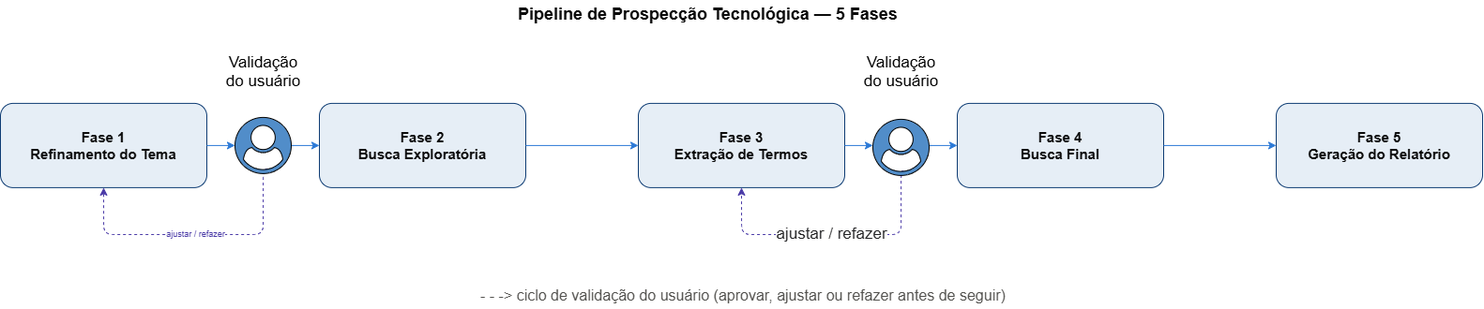
This is PFC/img/pipeline_cinco_fases.png from carlossiq/PFC, a draw.io export, as it was before one commit. Source tidied: cells renumbered, new cells last; positions are measured from the earlier drawing's top-left corner, leaving out a move shared by most shapes.
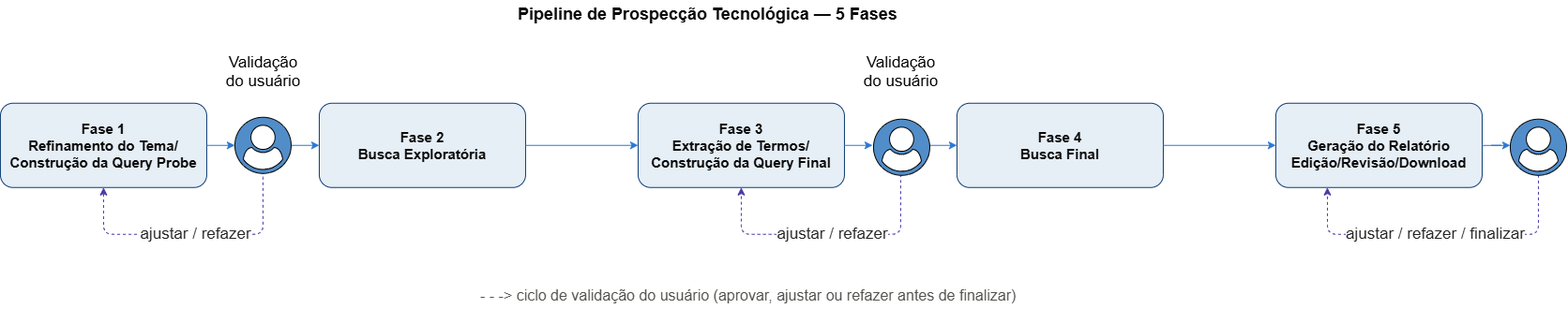
After the commit.

What changed in the source:
```diff
@@ -5,19 +5,19 @@
     <mxCell id="2" value="Pipeline de Prospecção Tecnológica — 5 Fases" style="text;html=1;fontSize=18;fontStyle=1;align=left;verticalAlign=middle;fontColor=#0b0b0b;" parent="1" vertex="1">
       <mxGeometry x="550" width="500" height="30" as="geometry" />
     </mxCell>
-    <mxCell id="3" value="Fase 1&#10;Refinamento do Tema" style="rounded=1;whiteSpace=wrap;html=1;fillColor=#E6EEF6;strokeColor=light-dark(#0d3b73, #5497e8);fontColor=#0b0b0b;fontSize=15;fontStyle=1;" parent="1" vertex="1">
+    <mxCell id="3" value="Fase 1&lt;br&gt;Refinamento do Tema/&lt;div&gt;Construção da Query Probe&lt;/div&gt;" style="rounded=1;whiteSpace=wrap;html=1;fillColor=#E6EEF6;strokeColor=light-dark(#0d3b73, #5497e8);fontColor=#0b0b0b;fontSize=15;fontStyle=1;" parent="1" vertex="1">
       <mxGeometry y="110" width="220" height="90" as="geometry" />
     </mxCell>
     <mxCell id="4" value="Fase 2&#10;Busca Exploratória" style="rounded=1;whiteSpace=wrap;html=1;fillColor=#E6EEF6;strokeColor=light-dark(#0d3b73, #5497e8);fontColor=#0b0b0b;fontSize=15;fontStyle=1;align=center;verticalAlign=middle;fontFamily=Helvetica;" parent="1" vertex="1">
       <mxGeometry x="340" y="110" width="220" height="90" as="geometry" />
     </mxCell>
-    <mxCell id="5" value="Fase 3&#10;Extração de Termos" style="rounded=1;whiteSpace=wrap;html=1;fillColor=#E6EEF6;strokeColor=light-dark(#0d3b73, #5497e8);fontColor=#0b0b0b;fontSize=15;fontStyle=1;align=center;verticalAlign=middle;fontFamily=Helvetica;" parent="1" vertex="1">
+    <mxCell id="5" value="Fase 3&lt;br&gt;Extração de Termos/&lt;br&gt;Construção da Query Final" style="rounded=1;whiteSpace=wrap;html=1;fillColor=#E6EEF6;strokeColor=light-dark(#0d3b73, #5497e8);fontColor=#0b0b0b;fontSize=15;fontStyle=1;align=center;verticalAlign=middle;fontFamily=Helvetica;" parent="1" vertex="1">
       <mxGeometry x="680" y="110" width="220" height="90" as="geometry" />
     </mxCell>
     <mxCell id="6" value="Fase 4&#10;Busca Final" style="rounded=1;whiteSpace=wrap;html=1;fillColor=#E6EEF6;strokeColor=light-dark(#0d3b73, #5497e8);fontColor=#0b0b0b;fontSize=15;fontStyle=1;align=center;verticalAlign=middle;fontFamily=Helvetica;" parent="1" vertex="1">
       <mxGeometry x="1020" y="110" width="220" height="90" as="geometry" />
     </mxCell>
-    <mxCell id="7" value="Fase 5&#10;Geração do Relatório" style="rounded=1;whiteSpace=wrap;html=1;fillColor=#E6EEF6;strokeColor=light-dark(#0d3b73, #5497e8);fontColor=#0b0b0b;fontSize=15;fontStyle=1;align=center;verticalAlign=middle;fontFamily=Helvetica;" parent="1" vertex="1">
+    <mxCell id="7" value="Fase 5&lt;br&gt;Geração do Relatório&lt;div&gt;Edição/Revisão/Download&lt;/div&gt;" style="rounded=1;whiteSpace=wrap;html=1;fillColor=#E6EEF6;strokeColor=light-dark(#0d3b73, #5497e8);fontColor=#0b0b0b;fontSize=15;fontStyle=1;align=center;verticalAlign=middle;fontFamily=Helvetica;" parent="1" vertex="1">
       <mxGeometry x="1360" y="110" width="220" height="90" as="geometry" />
     </mxCell>
     <mxCell id="8" value="Validação&#10;do usuário" style="text;html=1;fontSize=17;fontColor=light-dark(#000000,#000000);align=center;verticalAlign=top;" parent="1" vertex="1">
@@ -52,7 +52,7 @@
     <mxCell id="15" style="edgeStyle=orthogonalEdgeStyle;rounded=0;html=1;strokeColor=#2a78d6;" parent="1" edge="1" source="6" target="7">
       <mxGeometry relative="1" as="geometry" />
     </mxCell>
-    <mxCell id="16" value="ajustar / refazer" style="edgeStyle=orthogonalEdgeStyle;rounded=1;html=1;dashed=1;strokeColor=#4a3aa7;fontColor=#4a3aa7;fontSize=9;exitX=0.587;exitY=0.917;exitDx=0;exitDy=0;entryX=0.5;entryY=1;entryDx=0;entryDy=0;exitPerimeter=0;" parent="1" edge="1" source="19" target="3">
+    <mxCell id="16" value="ajustar / refazer" style="edgeStyle=orthogonalEdgeStyle;rounded=1;html=1;dashed=1;strokeColor=#4a3aa7;fontColor=light-dark(#232325, #b5a8ff);fontSize=17;exitX=0.587;exitY=0.917;exitDx=0;exitDy=0;entryX=0.5;entryY=1;entryDx=0;entryDy=0;exitPerimeter=0;fontFamily=Helvetica;fontStyle=0;align=center;verticalAlign=middle;labelBackgroundColor=default;" parent="1" edge="1" source="19" target="3">
       <mxGeometry relative="1" as="geometry">
         <Array as="points">
           <mxPoint x="280" y="180" />
@@ -70,14 +70,31 @@
         </Array>
       </mxGeometry>
     </mxCell>
-    <mxCell id="18" value="- - -&amp;gt; ciclo de validação do usuário (aprovar, ajustar ou refazer antes de seguir)" style="text;html=1;fontSize=16;fontColor=#52514e;align=left;verticalAlign=middle;" parent="1" vertex="1">
+    <mxCell id="18" value="- - -&amp;gt; ciclo de validação do usuário (aprovar, ajustar ou refazer antes de finalizar)" style="text;html=1;fontSize=16;fontColor=#52514e;align=left;verticalAlign=middle;" parent="1" vertex="1">
       <mxGeometry x="510" y="300" width="600" height="30" as="geometry" />
     </mxCell>
     <mxCell id="19" style="points=[];html=1;align=center;shadow=0;dashed=0;shape=mxgraph.alibaba_cloud.user;labelBackgroundColor=default;labelBorderColor=none;fillColor=light-dark(#518DC9,#4F4F4F);" parent="1" vertex="1">
       <mxGeometry x="250" y="125" width="60" height="60" as="geometry" />
     </mxCell>
     <mxCell id="20" style="points=[];html=1;align=center;shadow=0;dashed=0;shape=mxgraph.alibaba_cloud.user;strokeColor=default;verticalAlign=middle;fontFamily=Helvetica;fontSize=12;fontColor=default;labelBorderColor=none;labelBackgroundColor=default;fillColor=light-dark(#518DC9,#4F4F4F);" parent="1" vertex="1">
-      <mxGeometry x="930" y="127" width="60" height="60" as="geometry" />
+      <mxGeometry x="931" y="127" width="60" height="60" as="geometry" />
     </mxCell>
+    <mxCell id="21" value="ajustar / refazer / finalizar" style="edgeStyle=orthogonalEdgeStyle;rounded=1;html=1;dashed=1;strokeColor=#4a3aa7;fontColor=light-dark(#232325, #b5a8ff);fontSize=17;entryX=0.25;entryY=1;entryDx=0;entryDy=0;exitX=0.547;exitY=0.923;exitDx=0;exitDy=0;exitPerimeter=0;" parent="1" edge="1" source="22" target="7">
+      <mxGeometry x="0.04" relative="1" as="geometry">
+        <Array as="points">
+          <mxPoint x="1640" y="182.3" />
+          <mxPoint x="1640" y="250" />
+          <mxPoint x="1415.1" y="250" />
+        </Array>
+      </mxGeometry>
+    </mxCell>
+    <mxCell id="22" style="points=[];html=1;align=center;shadow=0;dashed=0;shape=mxgraph.alibaba_cloud.user;strokeColor=default;verticalAlign=middle;fontFamily=Helvetica;fontSize=12;fontColor=default;labelBorderColor=none;labelBackgroundColor=default;fillColor=light-dark(#518DC9,#4F4F4F);" parent="1" vertex="1">
+      <mxGeometry x="1610" y="127" width="60" height="60" as="geometry" />
+    </mxCell>
+    <mxCell id="23" style="edgeStyle=orthogonalEdgeStyle;rounded=0;jettySize=auto;html=1;strokeColor=#2a78d6;align=center;verticalAlign=middle;fontFamily=Helvetica;fontSize=11;fontColor=default;labelBackgroundColor=default;endArrow=classic;" parent="1" edge="1" source="7">
+      <mxGeometry relative="1" as="geometry">
+        <mxPoint x="1610" y="155" as="targetPoint" />
+      </mxGeometry>
+    </mxCell>
   </root>
 </mxGraphModel>
```
